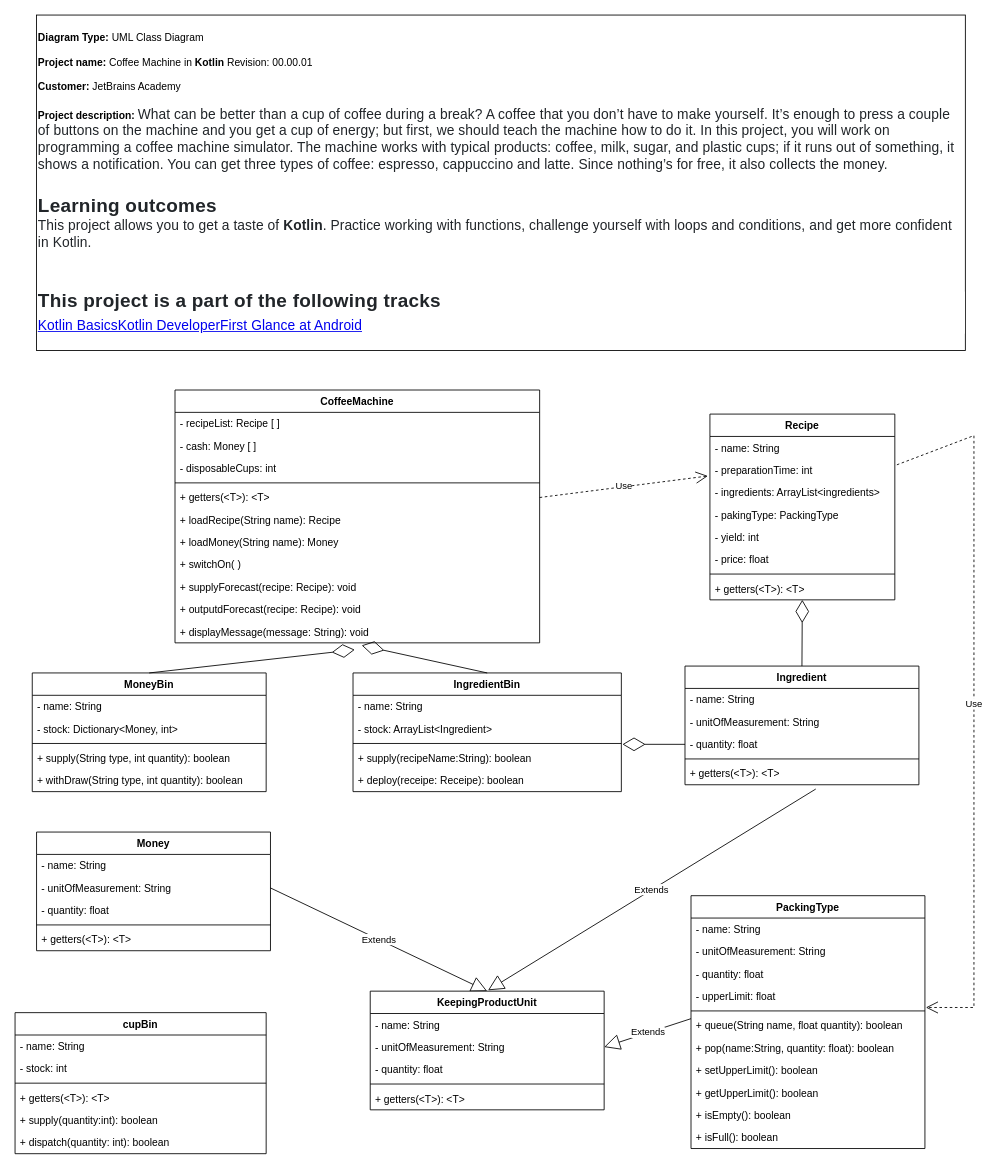
The draw.io diagram coffeeMachine/UML/CoffeeMAchineClassDiagram.drawio in AlbertoVictorRebello/academy.jetbrains.kotlinBasics, before the edit. Source tidied: cells renumbered, new cells numbered last; positions are measured from the earlier drawing's top-left corner, leaving out a move shared by most shapes. Both pictures are drawn from the tidied source at 86%, with x=0, y=0 at pixel (15, 15).
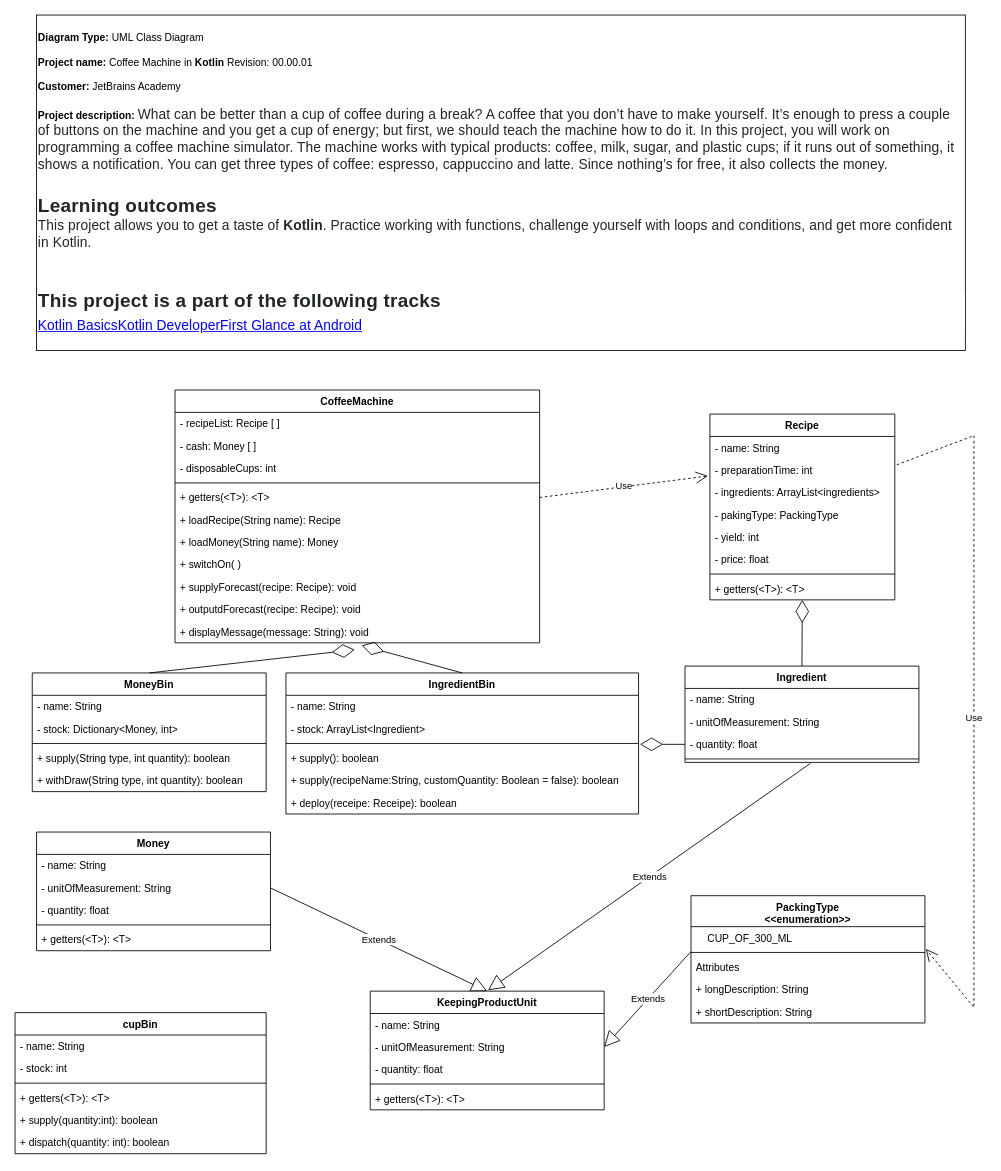
After the change.

Commit message (it also covers changes not shown here):
pass stage 5 check

Unchanged cells that the change refers to:
```xml
<mxCell id="78" value="- unitOfMeasurement: String" style="text;strokeColor=none;fillColor=none;align=left;verticalAlign=top;spacingLeft=4;spacingRight=4;overflow=hidden;points=[[0,0.5],[1,0.5]];portConstraint=eastwest;" parent="76" vertex="1">
  <mxGeometry y="52" width="272" height="26" as="geometry" />
</mxCell>
```

Diff of the diagram source:
```diff
@@
     <mxCell id="25" value="IngredientBin" style="swimlane;fontStyle=1;align=center;verticalAlign=top;horizontal=1;startSize=26;" parent="1" vertex="1">
-      <mxGeometry x="393" y="765" width="312" height="138" as="geometry" />
+      <mxGeometry x="315" y="765" width="410" height="164" as="geometry" />
     </mxCell>
     <mxCell id="26" value="- name: String" style="text;strokeColor=none;fillColor=none;align=left;verticalAlign=top;spacingLeft=4;spacingRight=4;overflow=hidden;" parent="25" vertex="1">
-      <mxGeometry y="26" width="312" height="26" as="geometry" />
+      <mxGeometry y="26" width="410" height="26" as="geometry" />
     </mxCell>
     <mxCell id="27" value="- stock: ArrayList&lt;Ingredient&gt;" style="text;strokeColor=none;fillColor=none;align=left;verticalAlign=top;spacingLeft=4;spacingRight=4;overflow=hidden;points=[[0,0.5],[1,0.5]];portConstraint=eastwest;" parent="25" vertex="1">
-      <mxGeometry y="52" width="312" height="26" as="geometry" />
+      <mxGeometry y="52" width="410" height="26" as="geometry" />
     </mxCell>
     <mxCell id="28" style="line;strokeWidth=1;fillColor=none;align=left;verticalAlign=middle;spacingTop=-1;spacingLeft=3;spacingRight=3;labelPosition=right;" parent="25" vertex="1">
-      <mxGeometry y="78" width="312" height="8" as="geometry" />
+      <mxGeometry y="78" width="410" height="8" as="geometry" />
     </mxCell>
-    <mxCell id="29" value="+ supply(recipeName:String): boolean" style="text;strokeColor=none;fillColor=none;align=left;verticalAlign=top;spacingLeft=4;spacingRight=4;overflow=hidden;" parent="25" vertex="1">
-      <mxGeometry y="86" width="312" height="26" as="geometry" />
+    <mxCell id="29" value="+ supply(): boolean" style="text;strokeColor=none;fillColor=none;align=left;verticalAlign=top;spacingLeft=4;spacingRight=4;overflow=hidden;" parent="25" vertex="1">
+      <mxGeometry y="86" width="410" height="26" as="geometry" />
     </mxCell>
+    <mxCell id="82" value="+ supply(recipeName:String, customQuantity: Boolean = false): boolean" style="text;strokeColor=none;fillColor=none;align=left;verticalAlign=top;spacingLeft=4;spacingRight=4;overflow=hidden;" parent="25" vertex="1">
+      <mxGeometry y="112" width="410" height="26" as="geometry" />
+    </mxCell>
     <mxCell id="30" value="+ deploy(receipe: Receipe): boolean" style="text;strokeColor=none;fillColor=none;align=left;verticalAlign=top;spacingLeft=4;spacingRight=4;overflow=hidden;" parent="25" vertex="1">
-      <mxGeometry y="112" width="312" height="26" as="geometry" />
+      <mxGeometry y="138" width="410" height="26" as="geometry" />
     </mxCell>
@@
     <mxCell id="39" value="Ingredient" style="swimlane;fontStyle=1;align=center;verticalAlign=top;horizontal=1;startSize=26;" parent="1" vertex="1">
-      <mxGeometry x="779" y="757" width="272" height="138" as="geometry" />
+      <mxGeometry x="779" y="757" width="272" height="112" as="geometry" />
     </mxCell>
@@
-    <mxCell id="44" value="+ getters(&lt;T&gt;): &lt;T&gt;" style="text;strokeColor=none;fillColor=none;align=left;verticalAlign=top;spacingLeft=4;spacingRight=4;overflow=hidden;points=[[0,0.5],[1,0.5]];portConstraint=eastwest;" parent="39" vertex="1">
-      <mxGeometry y="112" width="272" height="26" as="geometry" />
-    </mxCell>
@@
-    <mxCell id="46" value="Extends" style="endArrow=block;endSize=16;endFill=0;html=1;rounded=0;entryX=0.5;entryY=0;entryDx=0;entryDy=0;exitX=0.559;exitY=1.192;exitDx=0;exitDy=0;exitPerimeter=0;" parent="1" edge="1" source="44">
+    <mxCell id="46" value="Extends" style="endArrow=block;endSize=16;endFill=0;html=1;rounded=0;entryX=0.5;entryY=0;entryDx=0;entryDy=0;" parent="1" edge="1">
       <mxGeometry relative="1" as="geometry">
+        <mxPoint x="925" y="870" as="sourcePoint" />
         <mxPoint x="550" y="1134" as="targetPoint" />
       </mxGeometry>
     </mxCell>
-    <mxCell id="47" value="PackingType" style="swimlane;fontStyle=1;align=center;verticalAlign=top;horizontal=1;startSize=26;" parent="1" vertex="1">
-      <mxGeometry x="786" y="1024" width="272" height="294" as="geometry" />
+    <mxCell id="47" value="PackingType&#10;&lt;&lt;enumeration&gt;&gt;" style="swimlane;fontStyle=1;align=center;verticalAlign=top;horizontal=1;startSize=36;" parent="1" vertex="1">
+      <mxGeometry x="786" y="1024" width="272" height="148" as="geometry" />
     </mxCell>
-    <mxCell id="48" value="- name: String" style="text;strokeColor=none;fillColor=none;align=left;verticalAlign=top;spacingLeft=4;spacingRight=4;overflow=hidden;" parent="47" vertex="1">
-      <mxGeometry y="26" width="272" height="26" as="geometry" />
-    </mxCell>
-    <mxCell id="49" value="- unitOfMeasurement: String" style="text;strokeColor=none;fillColor=none;align=left;verticalAlign=top;spacingLeft=4;spacingRight=4;overflow=hidden;" parent="47" vertex="1">
-      <mxGeometry y="52" width="272" height="26" as="geometry" />
-    </mxCell>
-    <mxCell id="50" value="- quantity: float" style="text;strokeColor=none;fillColor=none;align=left;verticalAlign=top;spacingLeft=4;spacingRight=4;overflow=hidden;" parent="47" vertex="1">
-      <mxGeometry y="78" width="272" height="26" as="geometry" />
-    </mxCell>
-    <mxCell id="51" value="- upperLimit: float" style="text;strokeColor=none;fillColor=none;align=left;verticalAlign=top;spacingLeft=4;spacingRight=4;overflow=hidden;points=[[0,0.5],[1,0.5]];portConstraint=eastwest;" parent="47" vertex="1">
-      <mxGeometry y="104" width="272" height="26" as="geometry" />
+    <mxCell id="51" value="    CUP_OF_300_ML" style="text;strokeColor=none;fillColor=none;align=left;verticalAlign=top;spacingLeft=4;spacingRight=4;overflow=hidden;points=[[0,0.5],[1,0.5]];portConstraint=eastwest;" parent="47" vertex="1">
+      <mxGeometry y="36" width="272" height="26" as="geometry" />
     </mxCell>
     <mxCell id="52" style="line;strokeWidth=1;fillColor=none;align=left;verticalAlign=middle;spacingTop=-1;spacingLeft=3;spacingRight=3;labelPosition=right;" parent="47" vertex="1">
-      <mxGeometry y="130" width="272" height="8" as="geometry" />
+      <mxGeometry y="62" width="272" height="8" as="geometry" />
     </mxCell>
-    <mxCell id="53" value="+ queue(String name, float quantity): boolean" style="text;strokeColor=none;fillColor=none;align=left;verticalAlign=top;spacingLeft=4;spacingRight=4;overflow=hidden;points=[[0,0.5],[1,0.5]];portConstraint=eastwest;" parent="47" vertex="1">
-      <mxGeometry y="138" width="272" height="26" as="geometry" />
-    </mxCell>
-    <mxCell id="54" value="+ pop(name:String, quantity: float): boolean" style="text;strokeColor=none;fillColor=none;align=left;verticalAlign=top;spacingLeft=4;spacingRight=4;overflow=hidden;" parent="47" vertex="1">
-      <mxGeometry y="164" width="272" height="26" as="geometry" />
-    </mxCell>
-    <mxCell id="55" value="+ setUpperLimit(): boolean" style="text;strokeColor=none;fillColor=none;align=left;verticalAlign=top;spacingLeft=4;spacingRight=4;overflow=hidden;" parent="47" vertex="1">
-      <mxGeometry y="190" width="272" height="26" as="geometry" />
-    </mxCell>
+    <mxCell id="48" value="Attributes" style="text;strokeColor=none;fillColor=none;align=left;verticalAlign=top;spacingLeft=4;spacingRight=4;overflow=hidden;" parent="47" vertex="1">
+      <mxGeometry y="70" width="272" height="26" as="geometry" />
+    </mxCell>
+    <mxCell id="83" value="+ longDescription: String" style="text;strokeColor=none;fillColor=none;align=left;verticalAlign=top;spacingLeft=4;spacingRight=4;overflow=hidden;" parent="47" vertex="1">
+      <mxGeometry y="96" width="272" height="26" as="geometry" />
+    </mxCell>
-    <mxCell id="56" value="+ getUpperLimit(): boolean" style="text;strokeColor=none;fillColor=none;align=left;verticalAlign=top;spacingLeft=4;spacingRight=4;overflow=hidden;" parent="47" vertex="1">
-      <mxGeometry y="216" width="272" height="26" as="geometry" />
+    <mxCell id="56" value="+ shortDescription: String" style="text;strokeColor=none;fillColor=none;align=left;verticalAlign=top;spacingLeft=4;spacingRight=4;overflow=hidden;" parent="47" vertex="1">
+      <mxGeometry y="122" width="272" height="26" as="geometry" />
     </mxCell>
-    <mxCell id="57" value="+ isEmpty(): boolean" style="text;strokeColor=none;fillColor=none;align=left;verticalAlign=top;spacingLeft=4;spacingRight=4;overflow=hidden;" parent="47" vertex="1">
-      <mxGeometry y="242" width="272" height="26" as="geometry" />
-    </mxCell>
-    <mxCell id="58" value="+ isFull(): boolean" style="text;strokeColor=none;fillColor=none;align=left;verticalAlign=top;spacingLeft=4;spacingRight=4;overflow=hidden;" parent="47" vertex="1">
-      <mxGeometry y="268" width="272" height="26" as="geometry" />
-    </mxCell>
-    <mxCell id="59" value="Extends" style="endArrow=block;endSize=16;endFill=0;html=1;rounded=0;entryX=1;entryY=0.5;entryDx=0;entryDy=0;exitX=0;exitY=0.192;exitDx=0;exitDy=0;exitPerimeter=0;" parent="1" edge="1" source="53" target="78">
-      <mxGeometry relative="1" as="geometry" />
+    <mxCell id="59" value="Extends" style="endArrow=block;endSize=16;endFill=0;html=1;rounded=0;entryX=1;entryY=0.5;entryDx=0;entryDy=0;exitX=0;exitY=0.192;exitDx=0;exitDy=0;exitPerimeter=0;" parent="1" edge="1" target="78">
+      <mxGeometry relative="1" as="geometry">
+        <mxPoint x="786" y="1089" as="sourcePoint" />
+      </mxGeometry>
     </mxCell>
```
